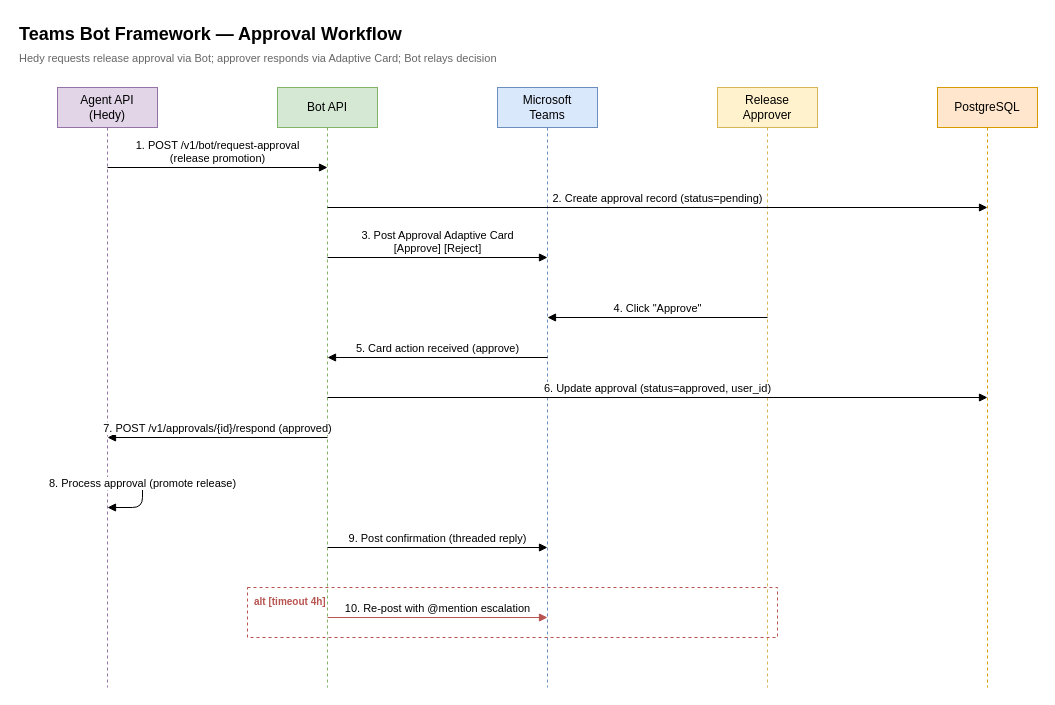
Earlier version of the draw.io diagram page "Approval Workflow" (3 of 4) of docs/diagrams/workforce/TEAMS_BOT_FRAMEWORK.drawio (jmac-cornelis/agent-workforce). Source tidied: cells renumbered, new cells numbered last; positions are measured from the earlier drawing's top-left corner, leaving out a move shared by most shapes. Both pictures are drawn from the tidied source at 100%, with x=0, y=0 at pixel (17, 17).
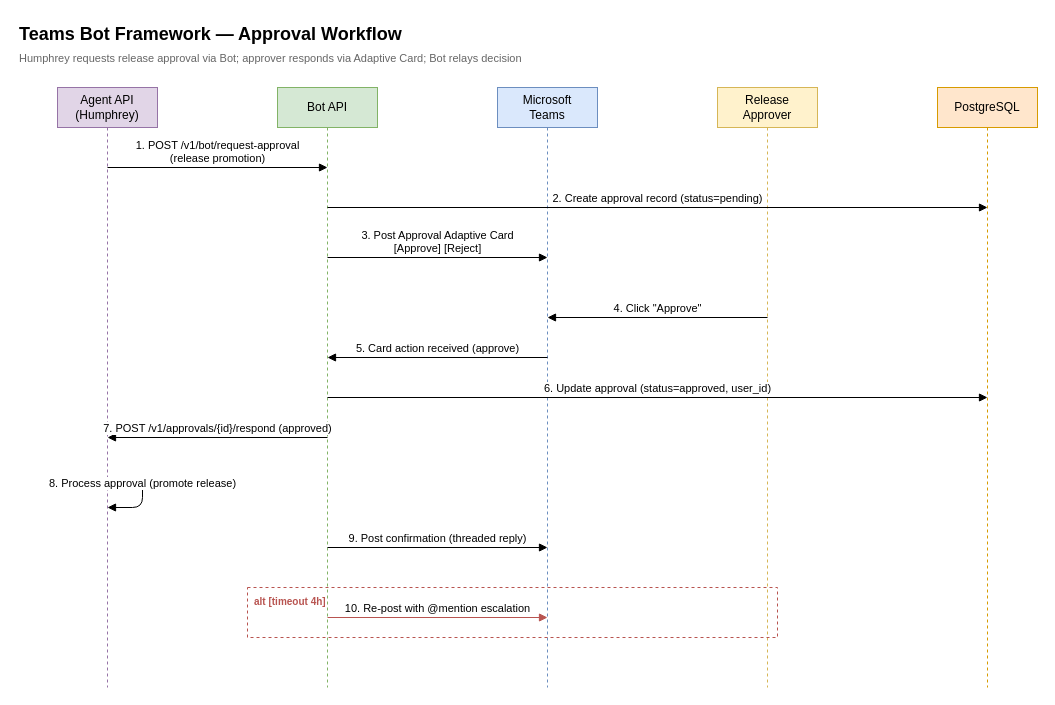
The same page after the edit.

Diff of the diagram source:
```diff
@@
-    <mxCell id="3" value="Hedy requests release approval via Bot; approver responds via Adaptive Card; Bot relays decision" style="text;html=1;fontSize=11;fontColor=#666666;align=left;" parent="1" vertex="1">
+    <mxCell id="3" value="Humphrey requests release approval via Bot; approver responds via Adaptive Card; Bot relays decision" style="text;html=1;fontSize=11;fontColor=#666666;align=left;" parent="1" vertex="1">
       <mxGeometry y="28" width="700" height="20" as="geometry" />
     </mxCell>
-    <mxCell id="4" value="Agent API&#10;(Hedy)" style="shape=umlLifeline;perimeter=lifelinePerimeter;whiteSpace=wrap;html=1;size=40;fillColor=#e1d5e7;strokeColor=#9673a6;" parent="1" vertex="1">
+    <mxCell id="4" value="Agent API&#10;(Humphrey)" style="shape=umlLifeline;perimeter=lifelinePerimeter;whiteSpace=wrap;html=1;size=40;fillColor=#e1d5e7;strokeColor=#9673a6;" parent="1" vertex="1">
       <mxGeometry x="40" y="70" width="100" height="600" as="geometry" />
     </mxCell>
```
